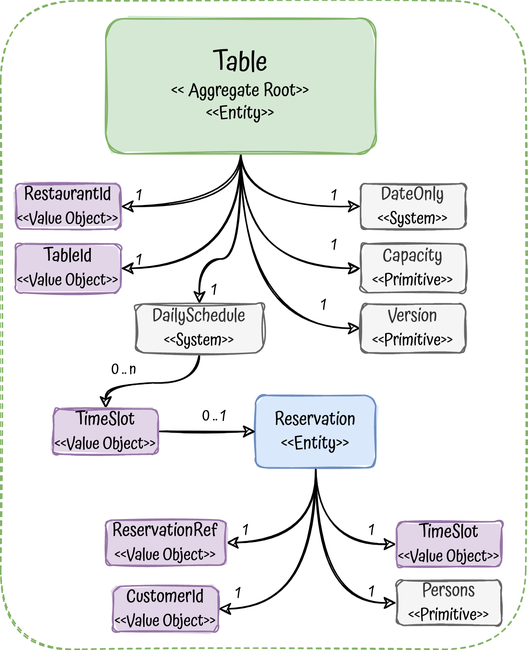
Before: img/agg.png, a diagram exported from draw.io (albertllousas/table-reservation-microservice). Source tidied: cells renumbered, new cells last; positions are measured from the earlier drawing's top-left corner, leaving out a move shared by most shapes. Its diagram source:
```xml
<mxGraphModel>
  <root>
    <mxCell id="0" />
    <mxCell id="1" parent="0" />
    <mxCell id="2" value="&lt;font face=&quot;Atma&quot; style=&quot;font-size: 18px&quot;&gt;&lt;br&gt;&lt;/font&gt;" style="rounded=1;whiteSpace=wrap;html=1;sketch=1;fillColor=none;strokeColor=#82b366;fillStyle=solid;dashed=1;" parent="1" vertex="1">
      <mxGeometry y="0.1" width="350" height="431.9" as="geometry" />
    </mxCell>
    <mxCell id="3" style="edgeStyle=orthogonalEdgeStyle;curved=1;rounded=0;sketch=1;jettySize=auto;html=1;exitX=0.5;exitY=1;exitDx=0;exitDy=0;entryX=1;entryY=0.5;entryDx=0;entryDy=0;fontFamily=Atma;fontSource=https%3A%2F%2Ffonts.googleapis.com%2Fcss%3Ffamily%3DAtma;fontSize=19;strokeColor=default;" parent="1" edge="1" source="9" target="10">
      <mxGeometry relative="1" as="geometry" />
    </mxCell>
    <mxCell id="4" style="edgeStyle=orthogonalEdgeStyle;curved=1;rounded=0;sketch=1;jettySize=auto;html=1;exitX=0.5;exitY=1;exitDx=0;exitDy=0;entryX=1;entryY=0.5;entryDx=0;entryDy=0;fontFamily=Atma;fontSource=https%3A%2F%2Ffonts.googleapis.com%2Fcss%3Ffamily%3DAtma;fontSize=19;strokeColor=default;" parent="1" edge="1" source="9" target="11">
      <mxGeometry relative="1" as="geometry" />
    </mxCell>
    <mxCell id="5" style="edgeStyle=orthogonalEdgeStyle;curved=1;rounded=0;sketch=1;jettySize=auto;html=1;exitX=0.5;exitY=1;exitDx=0;exitDy=0;entryX=0;entryY=0.5;entryDx=0;entryDy=0;fontFamily=Atma;fontSource=https%3A%2F%2Ffonts.googleapis.com%2Fcss%3Ffamily%3DAtma;fontSize=19;strokeColor=default;" parent="1" edge="1" source="9" target="12">
      <mxGeometry relative="1" as="geometry" />
    </mxCell>
    <mxCell id="6" style="edgeStyle=orthogonalEdgeStyle;curved=1;rounded=0;sketch=1;jettySize=auto;html=1;exitX=0.5;exitY=1;exitDx=0;exitDy=0;entryX=0;entryY=0.5;entryDx=0;entryDy=0;fontFamily=Atma;fontSource=https%3A%2F%2Ffonts.googleapis.com%2Fcss%3Ffamily%3DAtma;fontSize=19;strokeColor=default;" parent="1" edge="1" source="9" target="13">
      <mxGeometry relative="1" as="geometry" />
    </mxCell>
    <mxCell id="7" style="edgeStyle=orthogonalEdgeStyle;curved=1;rounded=0;sketch=1;jettySize=auto;html=1;exitX=0.5;exitY=1;exitDx=0;exitDy=0;entryX=0;entryY=0.5;entryDx=0;entryDy=0;fontFamily=Atma;fontSource=https%3A%2F%2Ffonts.googleapis.com%2Fcss%3Ffamily%3DAtma;fontSize=19;strokeColor=default;" parent="1" edge="1" source="9" target="14">
      <mxGeometry relative="1" as="geometry" />
    </mxCell>
    <mxCell id="8" style="edgeStyle=orthogonalEdgeStyle;curved=1;rounded=0;sketch=1;jettySize=auto;html=1;exitX=0.5;exitY=1;exitDx=0;exitDy=0;fontSize=11;entryX=0.5;entryY=0;entryDx=0;entryDy=0;" parent="1" edge="1" source="9" target="34">
      <mxGeometry relative="1" as="geometry">
        <Array as="points">
          <mxPoint x="160" y="172" />
          <mxPoint x="133" y="172" />
        </Array>
      </mxGeometry>
    </mxCell>
    <mxCell id="9" value="&lt;font face=&quot;Atma&quot;&gt;&lt;font style=&quot;font-size: 18px&quot;&gt;Table&lt;/font&gt;&lt;br&gt;&amp;lt;&amp;lt;&amp;nbsp;Aggregate&amp;nbsp;Root&amp;gt;&amp;gt;&lt;br&gt;&amp;lt;&amp;lt;Entity&amp;gt;&amp;gt;&lt;br&gt;&lt;/font&gt;" style="rounded=1;whiteSpace=wrap;html=1;sketch=1;fillColor=#d5e8d4;strokeColor=#82b366;fillStyle=solid;" parent="1" vertex="1">
      <mxGeometry x="70" y="12" width="180" height="90" as="geometry" />
    </mxCell>
    <mxCell id="10" value="&lt;font face=&quot;Atma&quot;&gt;RestaurantId&lt;br&gt;&lt;font style=&quot;font-size: 11px;&quot;&gt;&amp;lt;&amp;lt;Value Object&amp;gt;&amp;gt;&lt;/font&gt;&lt;br&gt;&lt;/font&gt;" style="rounded=1;whiteSpace=wrap;html=1;sketch=1;fillColor=#e1d5e7;strokeColor=#9673a6;fillStyle=solid;" parent="1" vertex="1">
      <mxGeometry x="10" y="122" width="70" height="30" as="geometry" />
    </mxCell>
    <mxCell id="11" value="&lt;span style=&quot;font-family: &amp;quot;atma&amp;quot;&quot;&gt;TableId&lt;br&gt;&lt;/span&gt;&lt;span style=&quot;font-family: Atma; font-size: 11px;&quot;&gt;&amp;lt;&amp;lt;Value Object&amp;gt;&amp;gt;&lt;/span&gt;&lt;span style=&quot;font-family: &amp;quot;atma&amp;quot;&quot;&gt;&lt;br&gt;&lt;/span&gt;" style="rounded=1;whiteSpace=wrap;html=1;sketch=1;fillColor=#e1d5e7;strokeColor=#9673a6;fillStyle=solid;" parent="1" vertex="1">
      <mxGeometry x="10" y="162" width="70" height="32.5" as="geometry" />
    </mxCell>
    <mxCell id="12" value="&lt;font face=&quot;Atma&quot;&gt;DateOnly&lt;br&gt;&lt;span style=&quot;color: rgb(0, 0, 0); font-size: 11px;&quot;&gt;&amp;lt;&amp;lt;System&amp;gt;&amp;gt;&lt;/span&gt;&lt;br&gt;&lt;/font&gt;" style="rounded=1;whiteSpace=wrap;html=1;sketch=1;fillColor=#f5f5f5;strokeColor=#666666;fillStyle=solid;fontColor=#333333;" parent="1" vertex="1">
      <mxGeometry x="240" y="122" width="70" height="30" as="geometry" />
    </mxCell>
    <mxCell id="13" value="&lt;span style=&quot;font-family: &amp;quot;atma&amp;quot;&quot;&gt;Capacity&lt;br&gt;&lt;/span&gt;&lt;span style=&quot;color: rgb(0, 0, 0); font-family: Atma; font-size: 11px;&quot;&gt;&amp;lt;&amp;lt;Primitive&amp;gt;&amp;gt;&lt;/span&gt;&lt;span style=&quot;font-family: &amp;quot;atma&amp;quot;&quot;&gt;&lt;br&gt;&lt;/span&gt;" style="rounded=1;whiteSpace=wrap;html=1;sketch=1;fillColor=#f5f5f5;strokeColor=#666666;fillStyle=solid;fontColor=#333333;" parent="1" vertex="1">
      <mxGeometry x="240" y="162" width="70" height="32.5" as="geometry" />
    </mxCell>
    <mxCell id="14" value="&lt;span style=&quot;font-family: &amp;quot;atma&amp;quot;&quot;&gt;Version&lt;br&gt;&lt;/span&gt;&lt;span style=&quot;color: rgb(0, 0, 0); font-family: Atma; font-size: 11px;&quot;&gt;&amp;lt;&amp;lt;Primitive&amp;gt;&amp;gt;&lt;/span&gt;&lt;span style=&quot;font-family: &amp;quot;atma&amp;quot;&quot;&gt;&lt;br&gt;&lt;/span&gt;" style="rounded=1;whiteSpace=wrap;html=1;sketch=1;fillColor=#f5f5f5;strokeColor=#666666;fillStyle=solid;fontColor=#333333;" parent="1" vertex="1">
      <mxGeometry x="240" y="202" width="70" height="32.5" as="geometry" />
    </mxCell>
    <mxCell id="15" value="&lt;font style=&quot;font-size: 10px&quot;&gt;1&lt;/font&gt;" style="text;html=1;strokeColor=none;fillColor=none;align=center;verticalAlign=middle;whiteSpace=wrap;rounded=0;dashed=1;sketch=1;fillStyle=solid;fontFamily=Atma;fontSource=https%3A%2F%2Ffonts.googleapis.com%2Fcss%3Ffamily%3DAtma;fontSize=14;" parent="1" vertex="1">
      <mxGeometry x="80" y="119" width="25" height="20" as="geometry" />
    </mxCell>
    <mxCell id="16" value="&lt;font style=&quot;font-size: 10px&quot;&gt;1&lt;/font&gt;" style="text;html=1;strokeColor=none;fillColor=none;align=center;verticalAlign=middle;whiteSpace=wrap;rounded=0;dashed=1;sketch=1;fillStyle=solid;fontFamily=Atma;fontSource=https%3A%2F%2Ffonts.googleapis.com%2Fcss%3Ffamily%3DAtma;fontSize=14;" parent="1" vertex="1">
      <mxGeometry x="80" y="162" width="25" height="20" as="geometry" />
    </mxCell>
    <mxCell id="17" value="&lt;font style=&quot;font-size: 10px&quot;&gt;1&lt;/font&gt;" style="text;html=1;strokeColor=none;fillColor=none;align=center;verticalAlign=middle;whiteSpace=wrap;rounded=0;dashed=1;sketch=1;fillStyle=solid;fontFamily=Atma;fontSource=https%3A%2F%2Ffonts.googleapis.com%2Fcss%3Ffamily%3DAtma;fontSize=14;" parent="1" vertex="1">
      <mxGeometry x="210" y="119" width="25" height="20" as="geometry" />
    </mxCell>
    <mxCell id="18" style="edgeStyle=orthogonalEdgeStyle;rounded=0;jettySize=auto;html=1;exitX=0.5;exitY=1;exitDx=0;exitDy=0;entryX=0;entryY=0.5;entryDx=0;entryDy=0;fontSize=11;curved=1;sketch=1;" parent="1" edge="1" source="22" target="25">
      <mxGeometry relative="1" as="geometry" />
    </mxCell>
    <mxCell id="19" style="edgeStyle=orthogonalEdgeStyle;curved=1;rounded=0;sketch=1;jettySize=auto;html=1;exitX=0.5;exitY=1;exitDx=0;exitDy=0;entryX=0;entryY=0.5;entryDx=0;entryDy=0;fontSize=11;" parent="1" edge="1" source="22" target="26">
      <mxGeometry relative="1" as="geometry" />
    </mxCell>
    <mxCell id="20" style="edgeStyle=orthogonalEdgeStyle;curved=1;rounded=0;sketch=1;jettySize=auto;html=1;exitX=0.5;exitY=1;exitDx=0;exitDy=0;entryX=1;entryY=0.5;entryDx=0;entryDy=0;fontSize=11;" parent="1" edge="1" source="22" target="24">
      <mxGeometry relative="1" as="geometry" />
    </mxCell>
    <mxCell id="21" style="edgeStyle=orthogonalEdgeStyle;curved=1;rounded=0;sketch=1;jettySize=auto;html=1;exitX=0.5;exitY=1;exitDx=0;exitDy=0;entryX=1;entryY=0.5;entryDx=0;entryDy=0;fontSize=11;" parent="1" edge="1" source="22" target="23">
      <mxGeometry relative="1" as="geometry" />
    </mxCell>
    <mxCell id="22" value="&lt;font face=&quot;Atma&quot;&gt;&lt;font style=&quot;font-size: 12px;&quot;&gt;Reservation&lt;br&gt;&lt;/font&gt;&amp;lt;&amp;lt;Entity&amp;gt;&amp;gt;&lt;br&gt;&lt;/font&gt;" style="rounded=1;whiteSpace=wrap;html=1;sketch=1;fillColor=#dae8fc;strokeColor=#6c8ebf;fillStyle=solid;" parent="1" vertex="1">
      <mxGeometry x="170" y="262.9" width="80" height="48.2" as="geometry" />
    </mxCell>
    <mxCell id="23" value="&lt;font face=&quot;Atma&quot;&gt;ReservationRef&lt;br&gt;&lt;/font&gt;&lt;span style=&quot;font-family: Atma; font-size: 11px;&quot;&gt;&amp;lt;&amp;lt;Value Object&amp;gt;&amp;gt;&lt;/span&gt;&lt;font face=&quot;Atma&quot;&gt;&lt;br&gt;&lt;/font&gt;" style="rounded=1;whiteSpace=wrap;html=1;sketch=1;fillColor=#e1d5e7;strokeColor=#9673a6;fillStyle=solid;" parent="1" vertex="1">
      <mxGeometry x="70" y="346" width="80" height="30" as="geometry" />
    </mxCell>
    <mxCell id="24" value="&lt;font face=&quot;Atma&quot;&gt;CustomerId&lt;br&gt;&lt;/font&gt;&lt;span style=&quot;font-family: Atma; font-size: 11px;&quot;&gt;&amp;lt;&amp;lt;Value Object&amp;gt;&amp;gt;&lt;/span&gt;&lt;font face=&quot;Atma&quot;&gt;&lt;br&gt;&lt;/font&gt;" style="rounded=1;whiteSpace=wrap;html=1;sketch=1;fillColor=#e1d5e7;strokeColor=#9673a6;fillStyle=solid;" parent="1" vertex="1">
      <mxGeometry x="75" y="390.1" width="70" height="30" as="geometry" />
    </mxCell>
    <mxCell id="25" value="&lt;font face=&quot;Atma&quot;&gt;TimeSlot&lt;br&gt;&lt;/font&gt;&lt;span style=&quot;font-family: Atma; font-size: 11px;&quot;&gt;&amp;lt;&amp;lt;Value Object&amp;gt;&amp;gt;&lt;/span&gt;&lt;font face=&quot;Atma&quot;&gt;&lt;br&gt;&lt;/font&gt;" style="rounded=1;whiteSpace=wrap;html=1;sketch=1;fillColor=#e1d5e7;strokeColor=#9673a6;fillStyle=solid;" parent="1" vertex="1">
      <mxGeometry x="263.9" y="347" width="70" height="30" as="geometry" />
    </mxCell>
    <mxCell id="26" value="&lt;font face=&quot;Atma&quot;&gt;Persons&lt;br&gt;&lt;/font&gt;&lt;span style=&quot;color: rgb(0, 0, 0); font-family: Atma; font-size: 11px;&quot;&gt;&amp;lt;&amp;lt;Primitive&amp;gt;&amp;gt;&lt;/span&gt;&lt;font face=&quot;Atma&quot;&gt;&lt;br&gt;&lt;/font&gt;" style="rounded=1;whiteSpace=wrap;html=1;sketch=1;fillColor=#f5f5f5;strokeColor=#666666;fillStyle=solid;fontColor=#333333;" parent="1" vertex="1">
      <mxGeometry x="263.9" y="386.1" width="70" height="30" as="geometry" />
    </mxCell>
    <mxCell id="27" value="&lt;font style=&quot;font-size: 10px&quot;&gt;1&lt;/font&gt;" style="text;html=1;strokeColor=none;fillColor=none;align=center;verticalAlign=middle;whiteSpace=wrap;rounded=0;dashed=1;sketch=1;fillStyle=solid;fontFamily=Atma;fontSource=https%3A%2F%2Ffonts.googleapis.com%2Fcss%3Ffamily%3DAtma;fontSize=14;" parent="1" vertex="1">
      <mxGeometry x="210" y="152" width="25" height="20" as="geometry" />
    </mxCell>
    <mxCell id="28" value="&lt;font style=&quot;font-size: 10px&quot;&gt;1&lt;/font&gt;" style="text;html=1;strokeColor=none;fillColor=none;align=center;verticalAlign=middle;whiteSpace=wrap;rounded=0;dashed=1;sketch=1;fillStyle=solid;fontFamily=Atma;fontSource=https%3A%2F%2Ffonts.googleapis.com%2Fcss%3Ffamily%3DAtma;fontSize=14;" parent="1" vertex="1">
      <mxGeometry x="203.2" y="192" width="25" height="20" as="geometry" />
    </mxCell>
    <mxCell id="29" value="&lt;font style=&quot;font-size: 10px&quot;&gt;1&lt;/font&gt;" style="text;html=1;strokeColor=none;fillColor=none;align=center;verticalAlign=middle;whiteSpace=wrap;rounded=0;dashed=1;sketch=1;fillStyle=solid;fontFamily=Atma;fontSource=https%3A%2F%2Ffonts.googleapis.com%2Fcss%3Ffamily%3DAtma;fontSize=14;" parent="1" vertex="1">
      <mxGeometry x="150.5" y="342" width="25" height="20" as="geometry" />
    </mxCell>
    <mxCell id="30" value="&lt;font style=&quot;font-size: 10px&quot;&gt;1&lt;/font&gt;" style="text;html=1;strokeColor=none;fillColor=none;align=center;verticalAlign=middle;whiteSpace=wrap;rounded=0;dashed=1;sketch=1;fillStyle=solid;fontFamily=Atma;fontSource=https%3A%2F%2Ffonts.googleapis.com%2Fcss%3Ffamily%3DAtma;fontSize=14;" parent="1" vertex="1">
      <mxGeometry x="146.2" y="384.1" width="25" height="20" as="geometry" />
    </mxCell>
    <mxCell id="31" value="&lt;font style=&quot;font-size: 10px&quot;&gt;1&lt;/font&gt;" style="text;html=1;strokeColor=none;fillColor=none;align=center;verticalAlign=middle;whiteSpace=wrap;rounded=0;dashed=1;sketch=1;fillStyle=solid;fontFamily=Atma;fontSource=https%3A%2F%2Ffonts.googleapis.com%2Fcss%3Ffamily%3DAtma;fontSize=14;" parent="1" vertex="1">
      <mxGeometry x="235.1" y="383.1" width="25" height="20" as="geometry" />
    </mxCell>
    <mxCell id="32" value="&lt;font style=&quot;font-size: 10px&quot;&gt;1&lt;/font&gt;" style="text;html=1;strokeColor=none;fillColor=none;align=center;verticalAlign=middle;whiteSpace=wrap;rounded=0;dashed=1;sketch=1;fillStyle=solid;fontFamily=Atma;fontSource=https%3A%2F%2Ffonts.googleapis.com%2Fcss%3Ffamily%3DAtma;fontSize=14;" parent="1" vertex="1">
      <mxGeometry x="235.1" y="342" width="25" height="20" as="geometry" />
    </mxCell>
    <mxCell id="33" style="edgeStyle=orthogonalEdgeStyle;curved=1;rounded=0;sketch=1;jettySize=auto;html=1;exitX=0.5;exitY=1;exitDx=0;exitDy=0;entryX=0.5;entryY=0;entryDx=0;entryDy=0;fontSize=11;" parent="1" edge="1" source="34" target="36">
      <mxGeometry relative="1" as="geometry" />
    </mxCell>
    <mxCell id="34" value="&lt;span style=&quot;font-family: &amp;quot;atma&amp;quot;&quot;&gt;DailySchedule&lt;br&gt;&lt;/span&gt;&lt;span style=&quot;color: rgb(0, 0, 0); font-family: Atma; font-size: 11px;&quot;&gt;&amp;lt;&amp;lt;System&amp;gt;&amp;gt;&lt;/span&gt;&lt;span style=&quot;font-family: &amp;quot;atma&amp;quot;&quot;&gt;&lt;br&gt;&lt;/span&gt;" style="rounded=1;whiteSpace=wrap;html=1;sketch=1;fillColor=#f5f5f5;strokeColor=#666666;fillStyle=solid;fontColor=#333333;" parent="1" vertex="1">
      <mxGeometry x="90" y="202" width="85" height="32.5" as="geometry" />
    </mxCell>
    <mxCell id="35" style="edgeStyle=orthogonalEdgeStyle;curved=1;rounded=0;sketch=1;jettySize=auto;html=1;exitX=1;exitY=0.5;exitDx=0;exitDy=0;entryX=0;entryY=0.5;entryDx=0;entryDy=0;fontSize=11;" parent="1" edge="1" source="36" target="22">
      <mxGeometry relative="1" as="geometry" />
    </mxCell>
    <mxCell id="36" value="&lt;font face=&quot;Atma&quot;&gt;TimeSlot&lt;br&gt;&lt;/font&gt;&lt;span style=&quot;font-family: Atma; font-size: 11px;&quot;&gt;&amp;lt;&amp;lt;Value Object&amp;gt;&amp;gt;&lt;/span&gt;&lt;font face=&quot;Atma&quot;&gt;&lt;br&gt;&lt;/font&gt;" style="rounded=1;whiteSpace=wrap;html=1;sketch=1;fillColor=#e1d5e7;strokeColor=#9673a6;fillStyle=solid;" parent="1" vertex="1">
      <mxGeometry x="35" y="272" width="70" height="30" as="geometry" />
    </mxCell>
    <mxCell id="37" value="&lt;font style=&quot;font-size: 10px&quot;&gt;0 .. n&lt;/font&gt;" style="text;html=1;strokeColor=none;fillColor=none;align=center;verticalAlign=middle;whiteSpace=wrap;rounded=0;dashed=1;sketch=1;fillStyle=solid;fontFamily=Atma;fontSource=https%3A%2F%2Ffonts.googleapis.com%2Fcss%3Ffamily%3DAtma;fontSize=14;" parent="1" vertex="1">
      <mxGeometry x="70" y="234.5" width="25" height="20" as="geometry" />
    </mxCell>
    <mxCell id="38" value="&lt;font style=&quot;font-size: 10px&quot;&gt;0 .. 1&lt;/font&gt;" style="text;html=1;strokeColor=none;fillColor=none;align=center;verticalAlign=middle;whiteSpace=wrap;rounded=0;dashed=1;sketch=1;fillStyle=solid;fontFamily=Atma;fontSource=https%3A%2F%2Ffonts.googleapis.com%2Fcss%3Ffamily%3DAtma;fontSize=14;" parent="1" vertex="1">
      <mxGeometry x="130" y="265.9" width="25" height="20" as="geometry" />
    </mxCell>
    <mxCell id="39" value="&lt;font style=&quot;font-size: 10px&quot;&gt;1&lt;/font&gt;" style="text;html=1;strokeColor=none;fillColor=none;align=center;verticalAlign=middle;whiteSpace=wrap;rounded=0;dashed=1;sketch=1;fillStyle=solid;fontFamily=Atma;fontSource=https%3A%2F%2Ffonts.googleapis.com%2Fcss%3Ffamily%3DAtma;fontSize=14;" parent="1" vertex="1">
      <mxGeometry x="130" y="182" width="25" height="20" as="geometry" />
    </mxCell>
  </root>
</mxGraphModel>
```
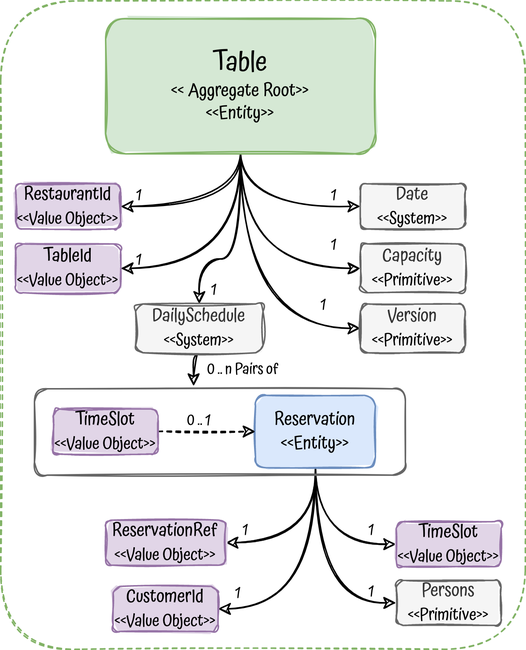
Later version of the same file.

Commit message:
Add aggregate diagram

What changed in the source:
```diff
@@ -37,7 +37,7 @@
     <mxCell id="11" value="&lt;span style=&quot;font-family: &amp;quot;atma&amp;quot;&quot;&gt;TableId&lt;br&gt;&lt;/span&gt;&lt;span style=&quot;font-family: Atma; font-size: 11px;&quot;&gt;&amp;lt;&amp;lt;Value Object&amp;gt;&amp;gt;&lt;/span&gt;&lt;span style=&quot;font-family: &amp;quot;atma&amp;quot;&quot;&gt;&lt;br&gt;&lt;/span&gt;" style="rounded=1;whiteSpace=wrap;html=1;sketch=1;fillColor=#e1d5e7;strokeColor=#9673a6;fillStyle=solid;" parent="1" vertex="1">
       <mxGeometry x="10" y="162" width="70" height="32.5" as="geometry" />
     </mxCell>
-    <mxCell id="12" value="&lt;font face=&quot;Atma&quot;&gt;DateOnly&lt;br&gt;&lt;span style=&quot;color: rgb(0, 0, 0); font-size: 11px;&quot;&gt;&amp;lt;&amp;lt;System&amp;gt;&amp;gt;&lt;/span&gt;&lt;br&gt;&lt;/font&gt;" style="rounded=1;whiteSpace=wrap;html=1;sketch=1;fillColor=#f5f5f5;strokeColor=#666666;fillStyle=solid;fontColor=#333333;" parent="1" vertex="1">
+    <mxCell id="12" value="&lt;font face=&quot;Atma&quot;&gt;Date&lt;br&gt;&lt;span style=&quot;color: rgb(0, 0, 0); font-size: 11px;&quot;&gt;&amp;lt;&amp;lt;System&amp;gt;&amp;gt;&lt;/span&gt;&lt;br&gt;&lt;/font&gt;" style="rounded=1;whiteSpace=wrap;html=1;sketch=1;fillColor=#f5f5f5;strokeColor=#666666;fillStyle=solid;fontColor=#333333;" parent="1" vertex="1">
       <mxGeometry x="240" y="122" width="70" height="30" as="geometry" />
     </mxCell>
     <mxCell id="13" value="&lt;span style=&quot;font-family: &amp;quot;atma&amp;quot;&quot;&gt;Capacity&lt;br&gt;&lt;/span&gt;&lt;span style=&quot;color: rgb(0, 0, 0); font-family: Atma; font-size: 11px;&quot;&gt;&amp;lt;&amp;lt;Primitive&amp;gt;&amp;gt;&lt;/span&gt;&lt;span style=&quot;font-family: &amp;quot;atma&amp;quot;&quot;&gt;&lt;br&gt;&lt;/span&gt;" style="rounded=1;whiteSpace=wrap;html=1;sketch=1;fillColor=#f5f5f5;strokeColor=#666666;fillStyle=solid;fontColor=#333333;" parent="1" vertex="1">
@@ -100,26 +100,29 @@
     <mxCell id="32" value="&lt;font style=&quot;font-size: 10px&quot;&gt;1&lt;/font&gt;" style="text;html=1;strokeColor=none;fillColor=none;align=center;verticalAlign=middle;whiteSpace=wrap;rounded=0;dashed=1;sketch=1;fillStyle=solid;fontFamily=Atma;fontSource=https%3A%2F%2Ffonts.googleapis.com%2Fcss%3Ffamily%3DAtma;fontSize=14;" parent="1" vertex="1">
       <mxGeometry x="235.1" y="342" width="25" height="20" as="geometry" />
     </mxCell>
-    <mxCell id="33" style="edgeStyle=orthogonalEdgeStyle;curved=1;rounded=0;sketch=1;jettySize=auto;html=1;exitX=0.5;exitY=1;exitDx=0;exitDy=0;entryX=0.5;entryY=0;entryDx=0;entryDy=0;fontSize=11;" parent="1" edge="1" source="34" target="36">
+    <mxCell id="33" style="edgeStyle=orthogonalEdgeStyle;curved=1;rounded=0;sketch=1;jettySize=auto;html=1;exitX=0.5;exitY=1;exitDx=0;exitDy=0;fontSize=11;entryX=0.429;entryY=-0.03;entryDx=0;entryDy=0;entryPerimeter=0;" parent="1" edge="1" source="34" target="40">
       <mxGeometry relative="1" as="geometry" />
     </mxCell>
     <mxCell id="34" value="&lt;span style=&quot;font-family: &amp;quot;atma&amp;quot;&quot;&gt;DailySchedule&lt;br&gt;&lt;/span&gt;&lt;span style=&quot;color: rgb(0, 0, 0); font-family: Atma; font-size: 11px;&quot;&gt;&amp;lt;&amp;lt;System&amp;gt;&amp;gt;&lt;/span&gt;&lt;span style=&quot;font-family: &amp;quot;atma&amp;quot;&quot;&gt;&lt;br&gt;&lt;/span&gt;" style="rounded=1;whiteSpace=wrap;html=1;sketch=1;fillColor=#f5f5f5;strokeColor=#666666;fillStyle=solid;fontColor=#333333;" parent="1" vertex="1">
       <mxGeometry x="90" y="202" width="85" height="32.5" as="geometry" />
     </mxCell>
-    <mxCell id="35" style="edgeStyle=orthogonalEdgeStyle;curved=1;rounded=0;sketch=1;jettySize=auto;html=1;exitX=1;exitY=0.5;exitDx=0;exitDy=0;entryX=0;entryY=0.5;entryDx=0;entryDy=0;fontSize=11;" parent="1" edge="1" source="36" target="22">
+    <mxCell id="35" style="edgeStyle=orthogonalEdgeStyle;curved=1;rounded=0;sketch=1;jettySize=auto;html=1;exitX=1;exitY=0.5;exitDx=0;exitDy=0;entryX=0;entryY=0.5;entryDx=0;entryDy=0;fontSize=11;dashed=1;" parent="1" edge="1" source="36" target="22">
       <mxGeometry relative="1" as="geometry" />
     </mxCell>
     <mxCell id="36" value="&lt;font face=&quot;Atma&quot;&gt;TimeSlot&lt;br&gt;&lt;/font&gt;&lt;span style=&quot;font-family: Atma; font-size: 11px;&quot;&gt;&amp;lt;&amp;lt;Value Object&amp;gt;&amp;gt;&lt;/span&gt;&lt;font face=&quot;Atma&quot;&gt;&lt;br&gt;&lt;/font&gt;" style="rounded=1;whiteSpace=wrap;html=1;sketch=1;fillColor=#e1d5e7;strokeColor=#9673a6;fillStyle=solid;" parent="1" vertex="1">
       <mxGeometry x="35" y="272" width="70" height="30" as="geometry" />
     </mxCell>
-    <mxCell id="37" value="&lt;font style=&quot;font-size: 10px&quot;&gt;0 .. n&lt;/font&gt;" style="text;html=1;strokeColor=none;fillColor=none;align=center;verticalAlign=middle;whiteSpace=wrap;rounded=0;dashed=1;sketch=1;fillStyle=solid;fontFamily=Atma;fontSource=https%3A%2F%2Ffonts.googleapis.com%2Fcss%3Ffamily%3DAtma;fontSize=14;" parent="1" vertex="1">
-      <mxGeometry x="70" y="234.5" width="25" height="20" as="geometry" />
+    <mxCell id="37" value="&lt;font style=&quot;font-size: 10px&quot;&gt;0 .. n Pairs of&lt;/font&gt;" style="text;html=1;strokeColor=none;fillColor=none;align=center;verticalAlign=middle;whiteSpace=wrap;rounded=0;dashed=1;sketch=1;fillStyle=solid;fontFamily=Atma;fontSource=https%3A%2F%2Ffonts.googleapis.com%2Fcss%3Ffamily%3DAtma;fontSize=14;" parent="1" vertex="1">
+      <mxGeometry x="133.8" y="234.5" width="56.2" height="20" as="geometry" />
     </mxCell>
     <mxCell id="38" value="&lt;font style=&quot;font-size: 10px&quot;&gt;0 .. 1&lt;/font&gt;" style="text;html=1;strokeColor=none;fillColor=none;align=center;verticalAlign=middle;whiteSpace=wrap;rounded=0;dashed=1;sketch=1;fillStyle=solid;fontFamily=Atma;fontSource=https%3A%2F%2Ffonts.googleapis.com%2Fcss%3Ffamily%3DAtma;fontSize=14;" parent="1" vertex="1">
-      <mxGeometry x="130" y="265.9" width="25" height="20" as="geometry" />
+      <mxGeometry x="120" y="268.9" width="25" height="20" as="geometry" />
     </mxCell>
     <mxCell id="39" value="&lt;font style=&quot;font-size: 10px&quot;&gt;1&lt;/font&gt;" style="text;html=1;strokeColor=none;fillColor=none;align=center;verticalAlign=middle;whiteSpace=wrap;rounded=0;dashed=1;sketch=1;fillStyle=solid;fontFamily=Atma;fontSource=https%3A%2F%2Ffonts.googleapis.com%2Fcss%3Ffamily%3DAtma;fontSize=14;" parent="1" vertex="1">
       <mxGeometry x="130" y="182" width="25" height="20" as="geometry" />
     </mxCell>
+    <mxCell id="40" value="&lt;font face=&quot;Atma&quot; style=&quot;font-size: 18px&quot;&gt;&lt;br&gt;&lt;/font&gt;" style="rounded=1;whiteSpace=wrap;html=1;sketch=1;fillColor=none;strokeColor=#666666;fillStyle=solid;fontColor=#333333;" parent="1" vertex="1">
+      <mxGeometry x="22.5" y="258.5" width="247.5" height="57.5" as="geometry" />
+    </mxCell>
   </root>
 </mxGraphModel>
```
